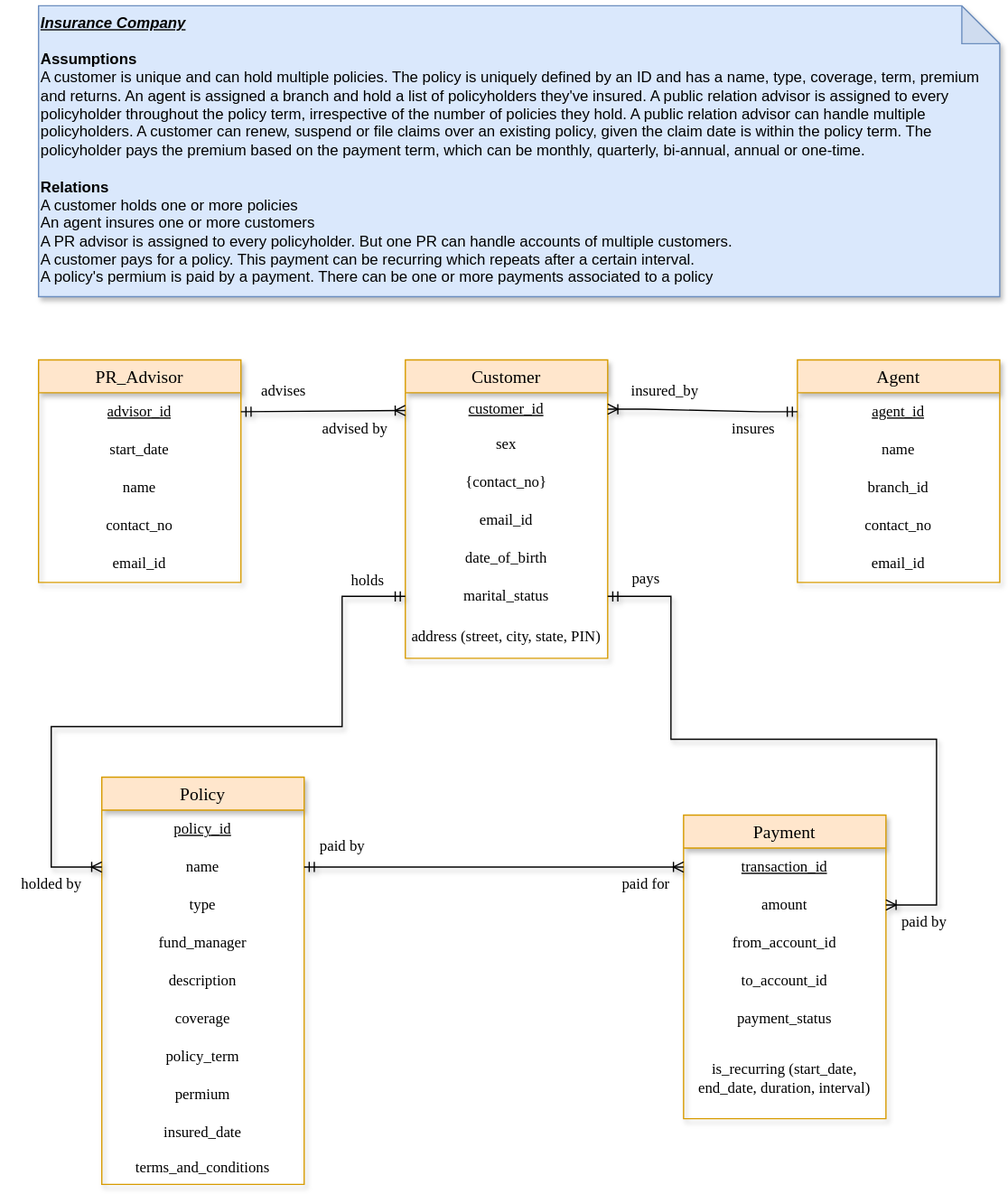
This is Insurance_company.drawio.svg from supriya-kotturu/entity-relationship-diagrams, a draw.io export, as it was before one commit. Source tidied: cells renumbered, new cells last; positions are measured from the earlier drawing's top-left corner, leaving out a move shared by most shapes.
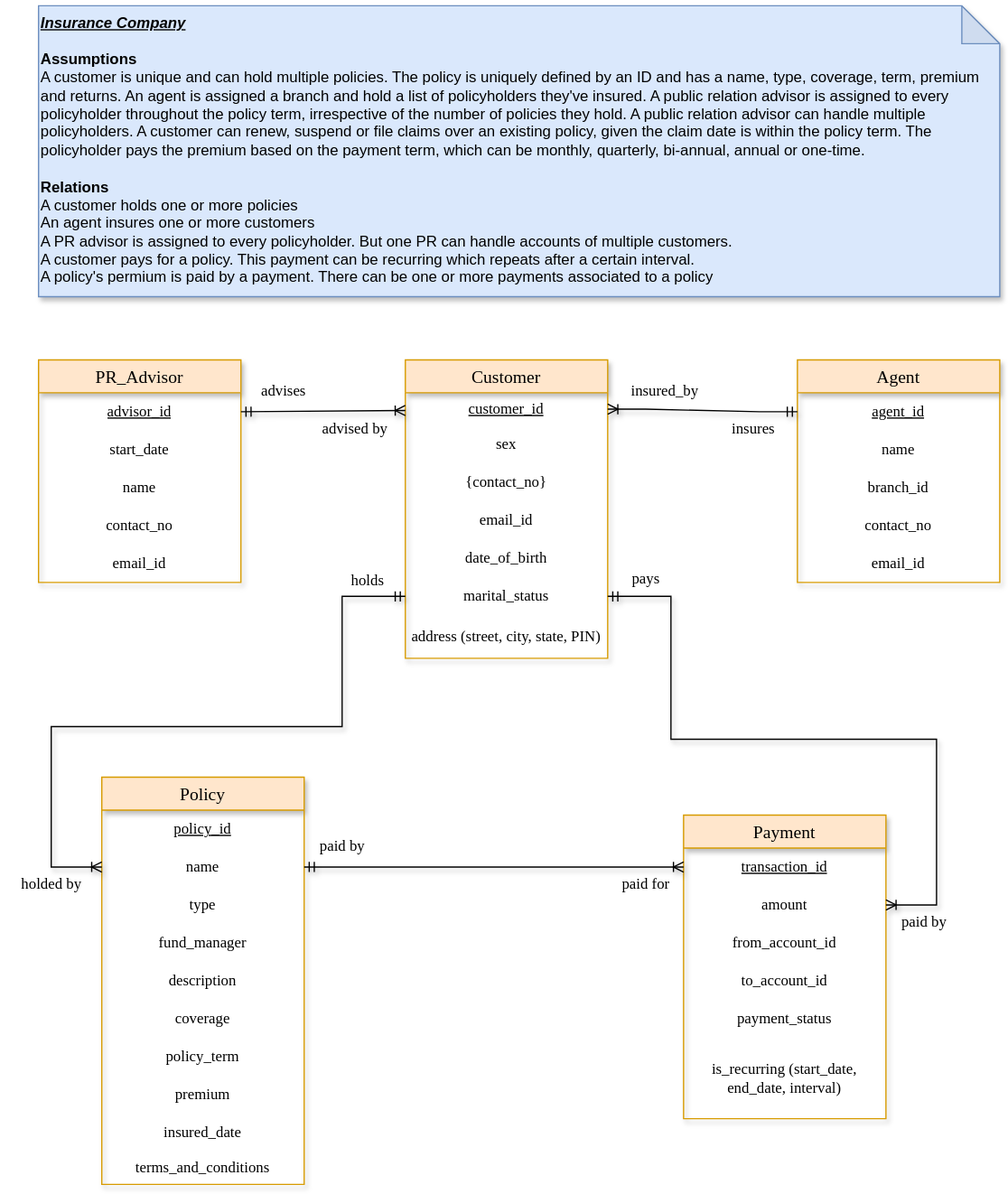
Later version of the same file.

Change to the diagram source:
```diff
@@ -89,7 +89,7 @@
     <mxCell id="30" value="policy_term" style="text;strokeColor=none;fillColor=none;spacingLeft=4;spacingRight=4;overflow=hidden;fontSize=12;whiteSpace=wrap;html=1;align=center;fontFamily=Verdana;verticalAlign=middle;shadow=1;" parent="23" vertex="1">
       <mxGeometry y="206" width="160" height="30" as="geometry" />
     </mxCell>
-    <mxCell id="31" value="permium" style="text;strokeColor=none;fillColor=none;spacingLeft=4;spacingRight=4;overflow=hidden;fontSize=12;whiteSpace=wrap;html=1;align=center;fontFamily=Verdana;verticalAlign=middle;shadow=1;" parent="23" vertex="1">
+    <mxCell id="31" value="premium" style="text;strokeColor=none;fillColor=none;spacingLeft=4;spacingRight=4;overflow=hidden;fontSize=12;whiteSpace=wrap;html=1;align=center;fontFamily=Verdana;verticalAlign=middle;shadow=1;" parent="23" vertex="1">
       <mxGeometry y="236" width="160" height="30" as="geometry" />
     </mxCell>
     <mxCell id="32" value="insured_date" style="text;strokeColor=none;fillColor=none;spacingLeft=4;spacingRight=4;overflow=hidden;fontSize=12;whiteSpace=wrap;html=1;align=center;fontFamily=Verdana;verticalAlign=middle;shadow=1;" parent="23" vertex="1">
@@ -116,7 +116,7 @@
     <mxCell id="39" value="payment_status" style="text;strokeColor=none;fillColor=none;spacingLeft=4;spacingRight=4;overflow=hidden;fontSize=12;whiteSpace=wrap;html=1;align=center;fontFamily=Verdana;verticalAlign=middle;shadow=1;" parent="34" vertex="1">
       <mxGeometry y="146" width="160" height="30" as="geometry" />
     </mxCell>
-    <mxCell id="40" value="is_recurring (start_date, end_date, duration, interval)" style="text;strokeColor=none;fillColor=none;spacingLeft=4;spacingRight=4;overflow=hidden;fontSize=12;whiteSpace=wrap;html=1;align=center;fontFamily=Verdana;verticalAlign=middle;shadow=1;" parent="34" vertex="1">
+    <mxCell id="40" value="is_recurring (start_date, end_date, interval)" style="text;strokeColor=none;fillColor=none;spacingLeft=4;spacingRight=4;overflow=hidden;fontSize=12;whiteSpace=wrap;html=1;align=center;fontFamily=Verdana;verticalAlign=middle;shadow=1;" parent="34" vertex="1">
       <mxGeometry y="176" width="160" height="64" as="geometry" />
     </mxCell>
     <mxCell id="41" value="holds" style="text;html=1;align=center;verticalAlign=middle;strokeColor=none;fillColor=none;fontFamily=Verdana;shadow=1;" parent="1" vertex="1">
```
